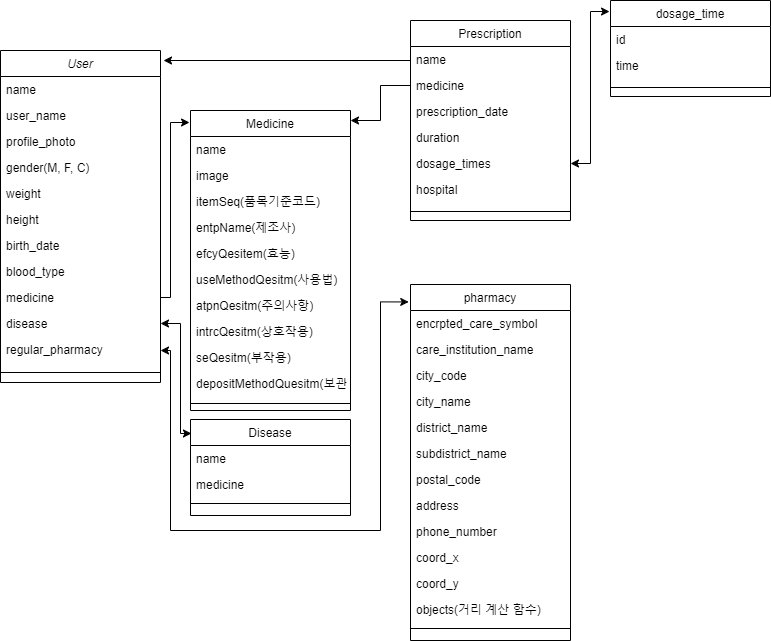
Above: medisign 모델 스키마.drawio.png in wonchul98/medisign (draw.io), before the change. Source tidied: cells renumbered, new cells last; positions are measured from the earlier drawing's top-left corner, leaving out a move shared by most shapes.
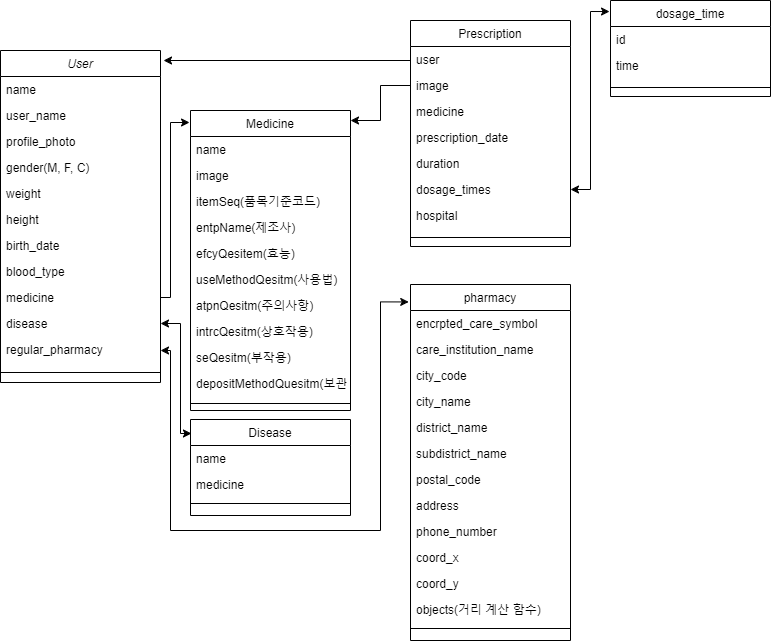
The same diagram one commit later.

What changed in the source:
```diff
@@ -132,28 +132,31 @@
       <mxGeometry y="286" width="160" height="14" as="geometry" />
     </mxCell>
     <mxCell id="45" value="Prescription" style="swimlane;fontStyle=0;align=center;verticalAlign=top;horizontal=1;startSize=26;rounded=0;shadow=0;strokeWidth=1;" parent="1" vertex="1">
-      <mxGeometry x="410" y="20" width="160" height="200" as="geometry" />
+      <mxGeometry x="410" y="20" width="160" height="226" as="geometry" />
     </mxCell>
-    <mxCell id="46" value="name" style="text;align=left;verticalAlign=top;spacingLeft=4;spacingRight=4;overflow=hidden;" parent="45" vertex="1">
+    <mxCell id="46" value="user" style="text;align=left;verticalAlign=top;spacingLeft=4;spacingRight=4;overflow=hidden;" parent="45" vertex="1">
       <mxGeometry y="26" width="160" height="26" as="geometry" />
     </mxCell>
+    <mxCell id="63" value="image" style="text;align=left;verticalAlign=top;spacingLeft=4;spacingRight=4;overflow=hidden;" parent="45" vertex="1">
+      <mxGeometry y="52" width="160" height="26" as="geometry" />
+    </mxCell>
     <mxCell id="47" value="medicine" style="text;align=left;verticalAlign=top;spacingLeft=4;spacingRight=4;overflow=hidden;points=[[0,0.5],[1,0.5]];portConstraint=eastwest;rounded=0;shadow=0;html=0;" parent="45" vertex="1">
-      <mxGeometry y="52" width="160" height="26" as="geometry" />
+      <mxGeometry y="78" width="160" height="26" as="geometry" />
     </mxCell>
     <mxCell id="48" value="prescription_date" style="text;align=left;verticalAlign=top;spacingLeft=4;spacingRight=4;overflow=hidden;rounded=0;shadow=0;html=0;" parent="45" vertex="1">
-      <mxGeometry y="78" width="160" height="26" as="geometry" />
+      <mxGeometry y="104" width="160" height="26" as="geometry" />
     </mxCell>
     <mxCell id="49" value="duration" style="text;align=left;verticalAlign=top;spacingLeft=4;spacingRight=4;overflow=hidden;rounded=0;shadow=0;html=0;" parent="45" vertex="1">
-      <mxGeometry y="104" width="160" height="26" as="geometry" />
+      <mxGeometry y="130" width="160" height="26" as="geometry" />
     </mxCell>
     <mxCell id="50" value="dosage_times" style="text;align=left;verticalAlign=top;spacingLeft=4;spacingRight=4;overflow=hidden;points=[[0,0.5],[1,0.5]];portConstraint=eastwest;rounded=0;shadow=0;html=0;" parent="45" vertex="1">
-      <mxGeometry y="130" width="160" height="26" as="geometry" />
+      <mxGeometry y="156" width="160" height="26" as="geometry" />
     </mxCell>
     <mxCell id="51" value="hospital" style="text;align=left;verticalAlign=top;spacingLeft=4;spacingRight=4;overflow=hidden;rounded=0;shadow=0;html=0;" parent="45" vertex="1">
-      <mxGeometry y="156" width="160" height="26" as="geometry" />
+      <mxGeometry y="182" width="160" height="26" as="geometry" />
     </mxCell>
     <mxCell id="52" style="line;html=1;strokeWidth=1;align=left;verticalAlign=middle;spacingTop=-1;spacingLeft=3;spacingRight=3;labelPosition=right;" parent="45" vertex="1">
-      <mxGeometry y="182" width="160" height="18" as="geometry" />
+      <mxGeometry y="208" width="160" height="18" as="geometry" />
     </mxCell>
     <mxCell id="53" style="edgeStyle=orthogonalEdgeStyle;rounded=0;jettySize=auto;html=1;exitX=0;exitY=0.5;exitDx=0;exitDy=0;" parent="1" edge="1" source="47" target="33">
       <mxGeometry relative="1" as="geometry">
```
